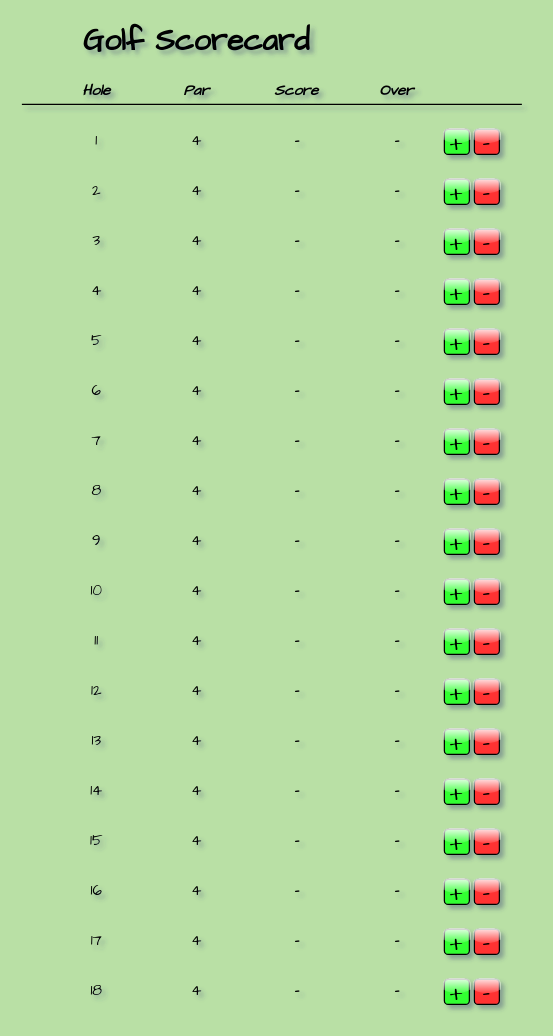
Earlier version of the draw.io diagram Untitled Diagram.drawio (zjkangas22/zjkangas.github.io). Source tidied: cells renumbered, new cells numbered last; positions are measured from the earlier drawing's top-left corner, leaving out a move shared by most shapes. Both pictures are drawn from the tidied source at 125%, with x=0, y=0 at pixel (21, 29).
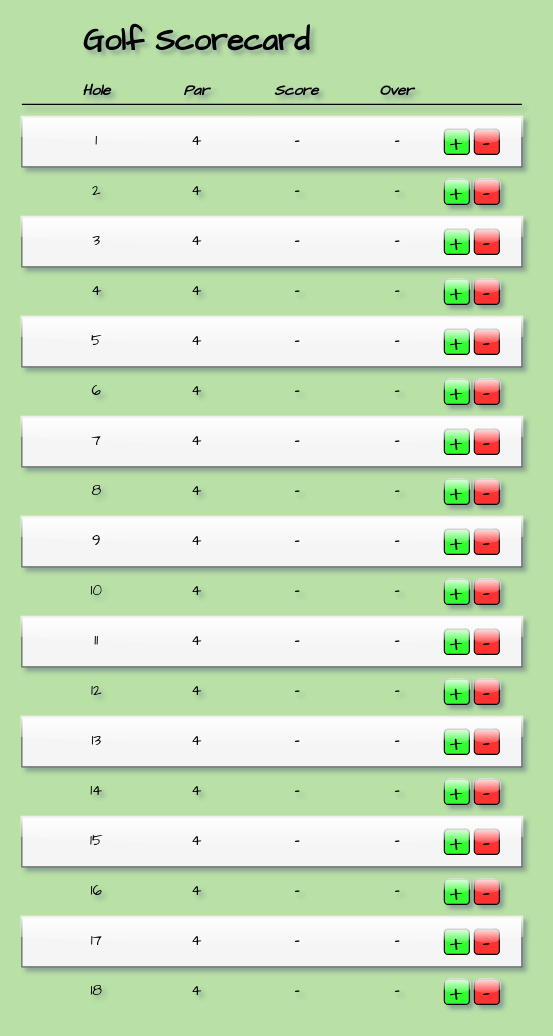
The same diagram, later.

The edit, as a diff of the source:
```diff
@@
+    <mxCell id="116" style="rounded=0;whiteSpace=wrap;html=1;glass=1;comic=0;strokeColor=#666666;fillColor=#f5f5f5;fontFamily=Comic Sans MS;fontSize=20;fontColor=#333333;" parent="1" vertex="1">
+      <mxGeometry y="710" width="400" height="40" as="geometry" />
+    </mxCell>
+    <mxCell id="117" style="rounded=0;whiteSpace=wrap;html=1;glass=1;comic=0;strokeColor=#666666;fillColor=#f5f5f5;fontFamily=Comic Sans MS;fontSize=20;fontColor=#333333;" parent="1" vertex="1">
+      <mxGeometry y="550" width="400" height="40" as="geometry" />
+    </mxCell>
+    <mxCell id="118" style="rounded=0;whiteSpace=wrap;html=1;glass=1;comic=0;strokeColor=#666666;fillColor=#f5f5f5;fontFamily=Comic Sans MS;fontSize=20;fontColor=#333333;" parent="1" vertex="1">
+      <mxGeometry y="630" width="400" height="40" as="geometry" />
+    </mxCell>
+    <mxCell id="119" style="rounded=0;whiteSpace=wrap;html=1;glass=1;comic=0;strokeColor=#666666;fillColor=#f5f5f5;fontFamily=Comic Sans MS;fontSize=20;fontColor=#333333;" parent="1" vertex="1">
+      <mxGeometry y="470" width="400" height="40" as="geometry" />
+    </mxCell>
+    <mxCell id="120" style="rounded=0;whiteSpace=wrap;html=1;glass=1;comic=0;strokeColor=#666666;fillColor=#f5f5f5;fontFamily=Comic Sans MS;fontSize=20;fontColor=#333333;" parent="1" vertex="1">
+      <mxGeometry y="390" width="400" height="40" as="geometry" />
+    </mxCell>
+    <mxCell id="121" style="rounded=0;whiteSpace=wrap;html=1;glass=1;comic=0;strokeColor=#666666;fillColor=#f5f5f5;fontFamily=Comic Sans MS;fontSize=20;fontColor=#333333;" parent="1" vertex="1">
+      <mxGeometry y="230" width="400" height="40" as="geometry" />
+    </mxCell>
+    <mxCell id="122" style="rounded=0;whiteSpace=wrap;html=1;glass=1;comic=0;strokeColor=#666666;fillColor=#f5f5f5;fontFamily=Comic Sans MS;fontSize=20;fontColor=#333333;" parent="1" vertex="1">
+      <mxGeometry y="310" width="400" height="40" as="geometry" />
+    </mxCell>
+    <mxCell id="123" style="rounded=0;whiteSpace=wrap;html=1;glass=1;comic=0;strokeColor=#666666;fillColor=#f5f5f5;fontFamily=Comic Sans MS;fontSize=20;fontColor=#333333;" parent="1" vertex="1">
+      <mxGeometry y="150" width="400" height="40" as="geometry" />
+    </mxCell>
+    <mxCell id="124" style="rounded=0;whiteSpace=wrap;html=1;glass=1;comic=0;strokeColor=#666666;fillColor=#f5f5f5;fontFamily=Comic Sans MS;fontSize=20;fontColor=#333333;" parent="1" vertex="1">
+      <mxGeometry y="70" width="400" height="40" as="geometry" />
+    </mxCell>
```
